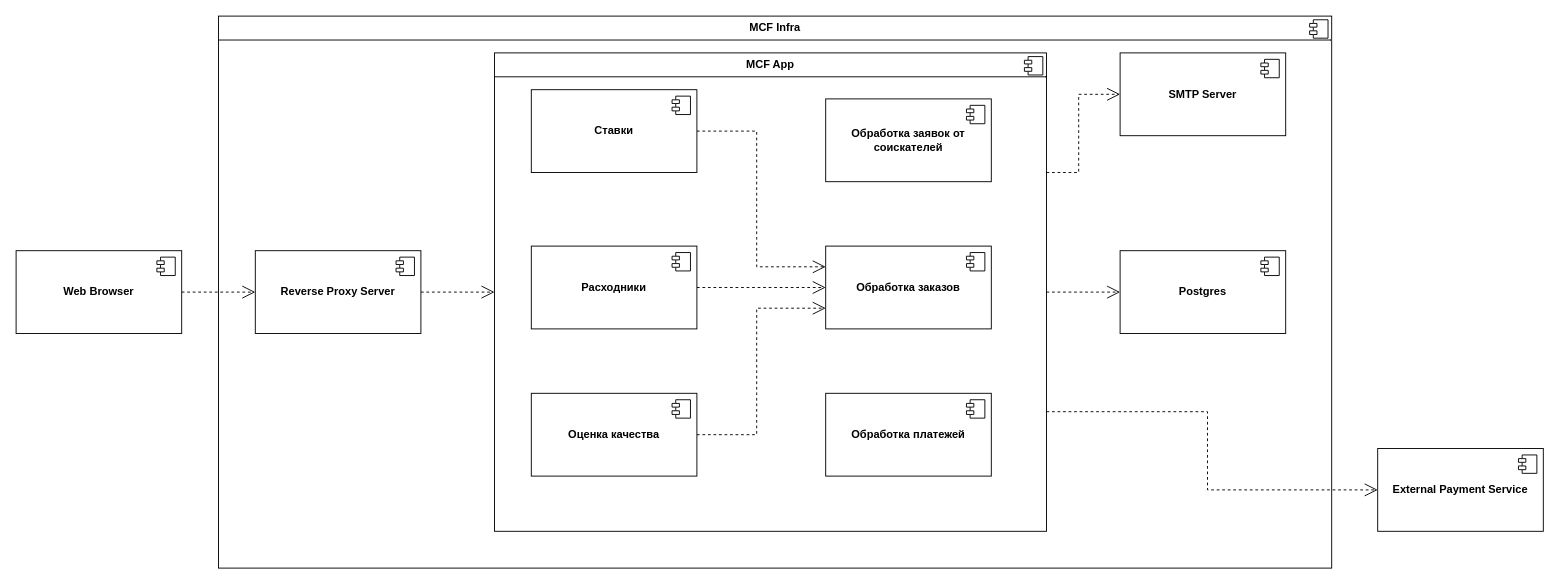
Above: hw1/components/components.drawio in mikhaildruzhinin/tough-dev-school-system-analysis (draw.io), before the change. Source tidied: cells renumbered, new cells numbered last; positions are measured from the earlier drawing's top-left corner, leaving out a move shared by most shapes. Both pictures are drawn from the tidied source at 92%, with x=0, y=0 at pixel (16, 16).
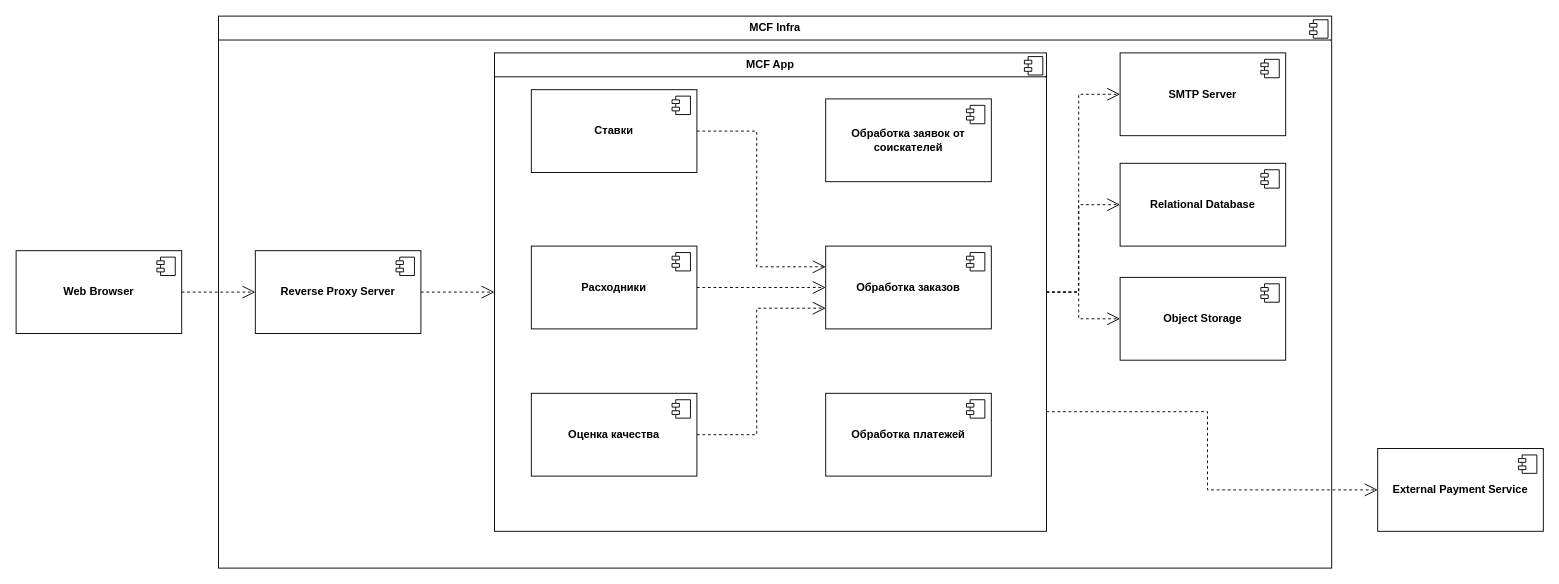
After the change.

The change refers to these unchanged cells:
```xml
<mxCell id="7" value="&lt;p style=&quot;margin:0px;margin-top:6px;text-align:center;&quot;&gt;&lt;b&gt;MCF App&lt;/b&gt;&lt;/p&gt;&lt;hr size=&quot;1&quot; style=&quot;border-style:solid;&quot;&gt;&lt;p style=&quot;margin:0px;margin-left:8px;&quot;&gt;&lt;br&gt;&lt;/p&gt;" style="align=left;overflow=fill;html=1;whiteSpace=wrap;" parent="1" vertex="1">
  <mxGeometry x="520" y="40" width="600" height="520" as="geometry" />
</mxCell>
<mxCell id="26" value="&lt;b&gt;SMTP Server&lt;/b&gt;" style="html=1;whiteSpace=wrap;" parent="1" vertex="1">
  <mxGeometry x="1200" y="40" width="180" height="90" as="geometry" />
</mxCell>
```

The edit, as a diff of the source:
```diff
@@
-    <mxCell id="4" style="edgeStyle=orthogonalEdgeStyle;rounded=0;jettySize=auto;html=1;exitX=1;exitY=0.25;exitDx=0;exitDy=0;dashed=1;strokeColor=default;align=center;verticalAlign=middle;fontFamily=Helvetica;fontSize=11;fontColor=default;labelBackgroundColor=default;endArrow=open;endSize=12;" parent="1" edge="1" source="7" target="26">
+    <mxCell id="4" style="edgeStyle=orthogonalEdgeStyle;rounded=0;jettySize=auto;html=1;exitX=1;exitY=0.5;exitDx=0;exitDy=0;dashed=1;strokeColor=default;align=center;verticalAlign=middle;fontFamily=Helvetica;fontSize=11;fontColor=default;labelBackgroundColor=default;endArrow=open;endSize=12;" parent="1" edge="1" source="7" target="26">
       <mxGeometry relative="1" as="geometry" />
     </mxCell>
@@
-    <mxCell id="24" value="&lt;b&gt;Postgres&lt;/b&gt;" style="html=1;whiteSpace=wrap;" parent="1" vertex="1">
-      <mxGeometry x="1200" y="255" width="180" height="90" as="geometry" />
+    <mxCell id="24" value="&lt;b&gt;Relational Database&lt;/b&gt;" style="html=1;whiteSpace=wrap;" parent="1" vertex="1">
+      <mxGeometry x="1200" y="160" width="180" height="90" as="geometry" />
     </mxCell>
@@
+    <mxCell id="36" value="&lt;b&gt;Object Storage&lt;/b&gt;" style="html=1;whiteSpace=wrap;" parent="1" vertex="1">
+      <mxGeometry x="1200" y="284" width="180" height="90" as="geometry" />
+    </mxCell>
+    <mxCell id="37" style="shape=module;jettyWidth=8;jettyHeight=4;" parent="36" vertex="1">
+      <mxGeometry x="1" width="20" height="20" relative="1" as="geometry">
+        <mxPoint x="-27" y="7" as="offset" />
+      </mxGeometry>
+    </mxCell>
+    <mxCell id="38" style="edgeStyle=orthogonalEdgeStyle;rounded=0;jettySize=auto;html=1;dashed=1;strokeColor=default;align=center;verticalAlign=middle;fontFamily=Helvetica;fontSize=11;fontColor=default;labelBackgroundColor=default;endArrow=open;endSize=12;exitX=1;exitY=0.5;exitDx=0;exitDy=0;entryX=0;entryY=0.5;entryDx=0;entryDy=0;" parent="1" edge="1" source="7" target="36">
+      <mxGeometry relative="1" as="geometry" />
+    </mxCell>
```
